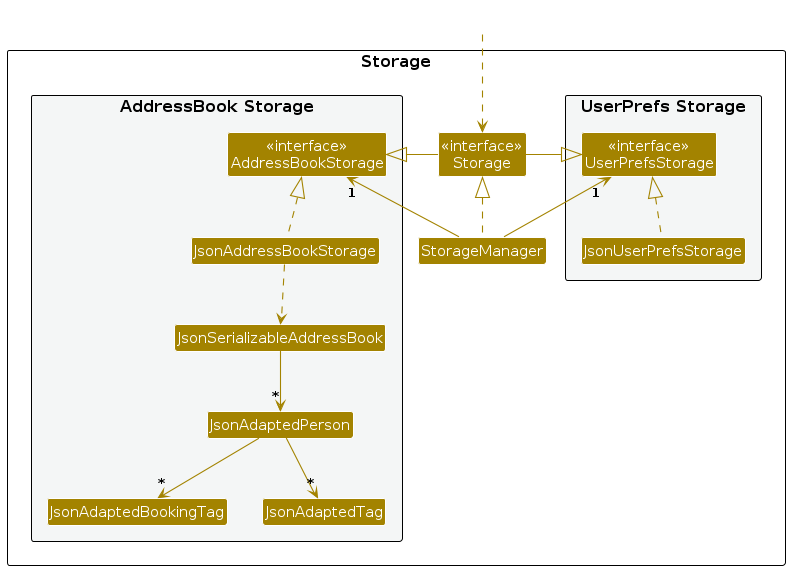
varsha13152/tp keeps this PlantUML diagram as diagrams/StorageClassDiagram.png. Above is the earlier version. Its source is kept beside it as diagrams/StorageClassDiagram.puml.
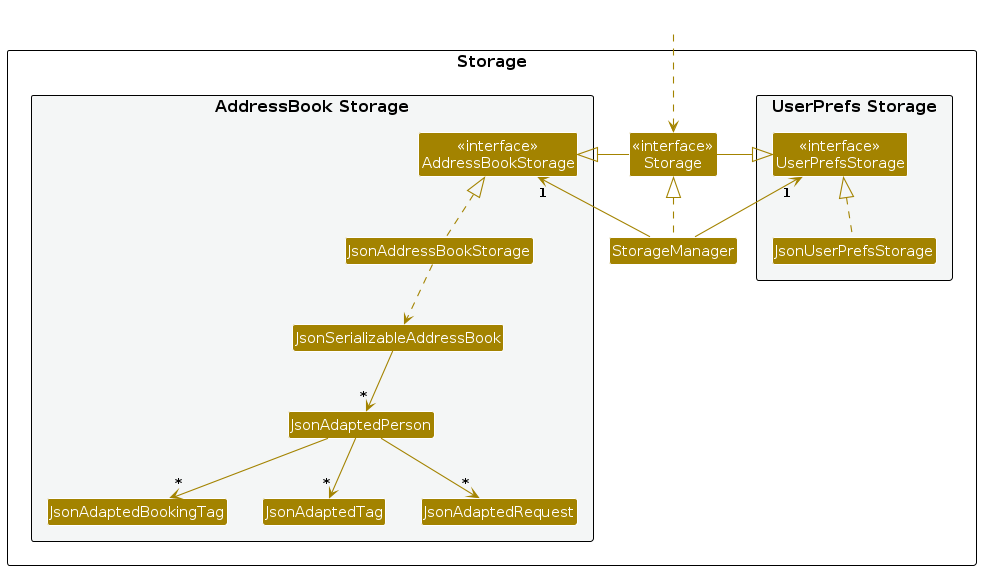
The same file after the commit.

What changed in the source:
```diff
@@ -21,6 +21,7 @@
 Class JsonAdaptedPerson
 Class JsonAdaptedBookingTag
 Class JsonAdaptedTag
+Class JsonAdaptedRequest
 }
 
 }
@@ -41,5 +42,6 @@
 JsonSerializableAddressBook --> "*" JsonAdaptedPerson
 JsonAdaptedPerson --> "*" JsonAdaptedBookingTag
 JsonAdaptedPerson --> "*" JsonAdaptedTag
+JsonAdaptedPerson --> "*" JsonAdaptedRequest
 
 @enduml
```
